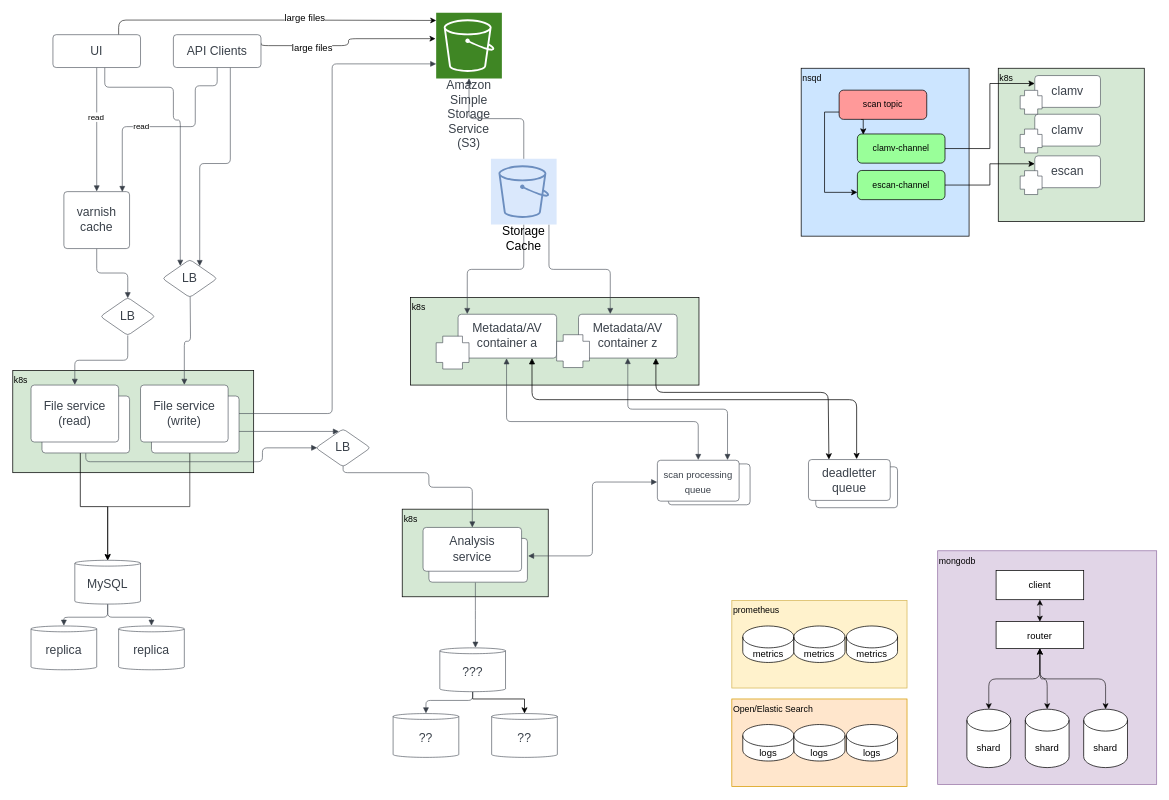
Above: vt/Virus Total V0.drawio in drsnyder/drawio (draw.io), before the change. Source tidied: cells renumbered, new cells numbered last; positions are measured from the earlier drawing's top-left corner, leaving out a move shared by most shapes. Both pictures are drawn from the tidied source at 73%, with x=0, y=0 at pixel (12, 12).
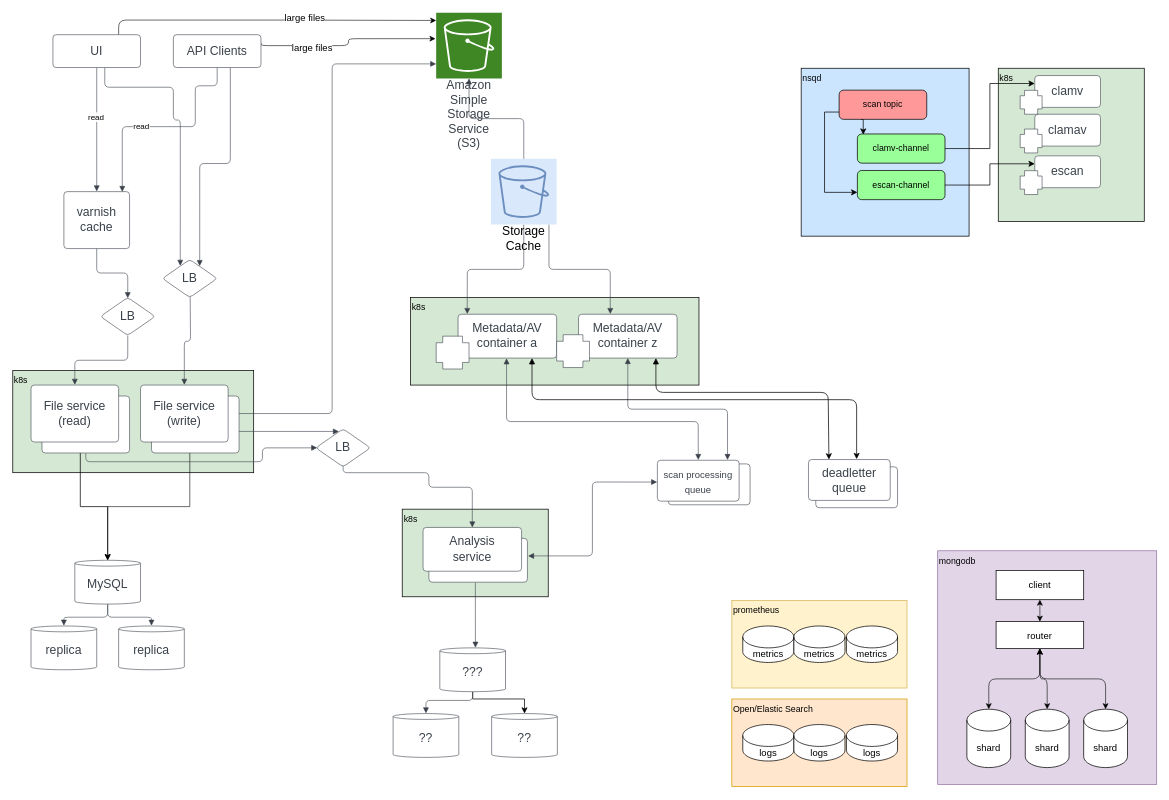
After the change.

Unchanged cells that the change refers to:
```xml
<mxCell id="101" style="group;" parent="92" vertex="1">
  <mxGeometry x="300" y="63" width="110" height="53" as="geometry" />
</mxCell>
```

Change to the diagram source:
```diff
@@
-    <mxCell id="102" value="clamv" style="html=1;overflow=block;blockSpacing=1;whiteSpace=wrap;fontSize=16.7;fontColor=#3a414a;spacing=9;strokeColor=#3a414a;strokeOpacity=100;rounded=1;absoluteArcSize=1;arcSize=9;strokeWidth=0.8;lucidId=IubAFPZZPDiD;" parent="101" vertex="1">
+    <mxCell id="102" value="clamav" style="html=1;overflow=block;blockSpacing=1;whiteSpace=wrap;fontSize=16.7;fontColor=#3a414a;spacing=9;strokeColor=#3a414a;strokeOpacity=100;rounded=1;absoluteArcSize=1;arcSize=9;strokeWidth=0.8;lucidId=IubAFPZZPDiD;" parent="101" vertex="1">
       <mxGeometry x="20" width="90" height="43.6" as="geometry" />
     </mxCell>
```
